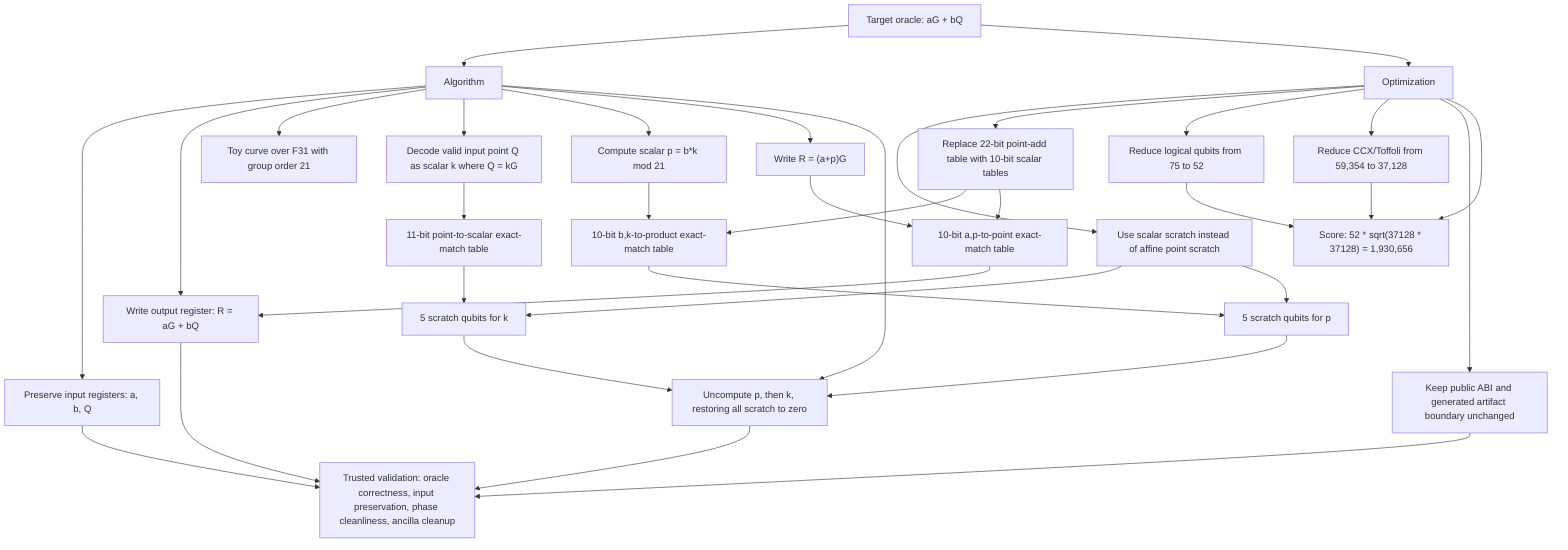
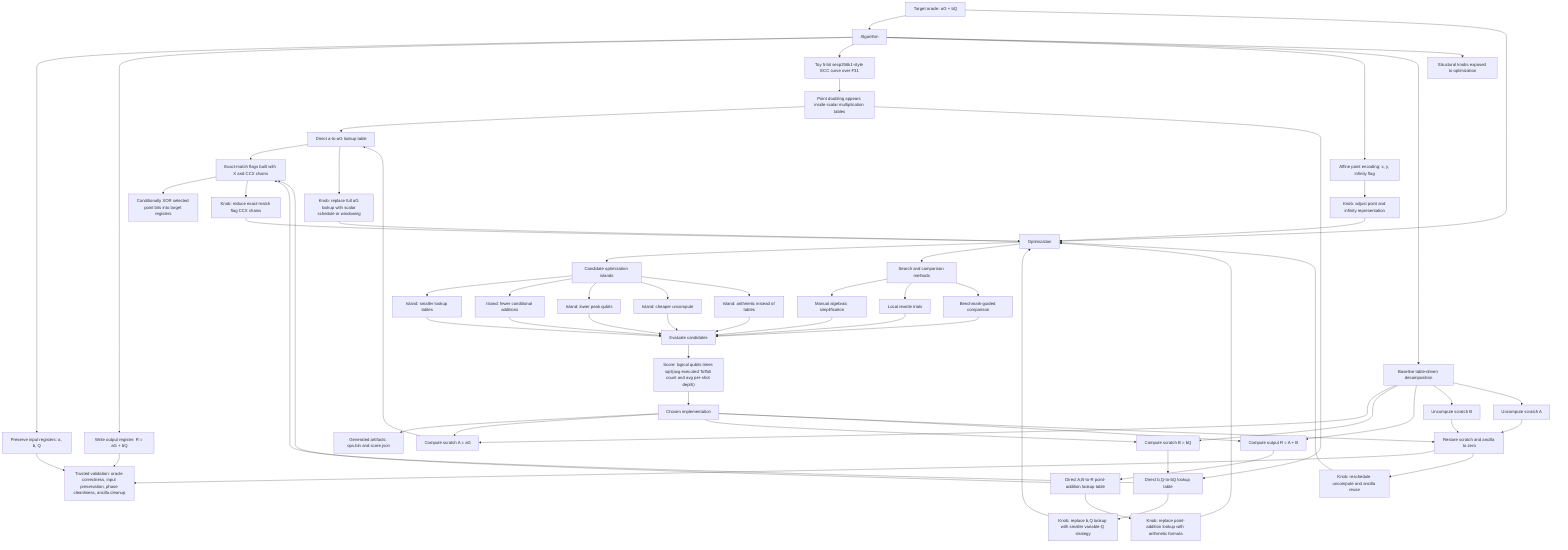
flowchart TD
  Target["Target oracle: aG + bQ"]
  Algorithm["Algorithm"]
  Optimization["Optimization"]

  Target --> Algorithm
  Target --> Optimization

  Algorithm --> ABI["Preserve input registers: a, b, Q"]
  Algorithm --> Output["Write output register: R = aG + bQ"]
-   Algorithm --> Curve["Toy curve over F31 with group order 21"]
-   Algorithm --> DecodeQ["Decode valid input point Q as scalar k where Q = kG"]
-   Algorithm --> Product["Compute scalar p = b*k mod 21"]
-   Algorithm --> Result["Write R = (a+p)G"]
-   Algorithm --> Uncompute["Uncompute p, then k, restoring all scratch to zero"]
+   Algorithm --> Curve["Toy 5-bit secp256k1-style ECC curve over F31"]
+   Algorithm --> Encoding["Affine point encoding: x, y, infinity flag"]

-   DecodeQ --> QTable["11-bit point-to-scalar exact-match table"]
-   Product --> ProductTable["10-bit b,k-to-product exact-match table"]
-   Result --> ResultTable["10-bit a,p-to-point exact-match table"]
-   QTable --> KScratch["5 scratch qubits for k"]
-   ProductTable --> PScratch["5 scratch qubits for p"]
-   ResultTable --> Output
-   KScratch --> Uncompute
-   PScratch --> Uncompute
-   Uncompute --> Validation["Trusted validation: oracle correctness, input preservation, phase cleanliness, ancilla cleanup"]
-   ABI --> Validation
+   Algorithm --> Baseline["Baseline table-driven decomposition"]
+   Baseline --> AG["Compute scratch A = aG"]
+   Baseline --> BQ["Compute scratch B = bQ"]
+   Baseline --> Add["Compute output R = A + B"]
+   Baseline --> UncomputeB["Uncompute scratch B"]
+   Baseline --> UncomputeA["Uncompute scratch A"]
+ 
+   AG --> AGTable["Direct a-to-aG lookup table"]
+   BQ --> BQTable["Direct b,Q-to-bQ lookup table"]
+   Add --> AddTable["Direct A,B-to-R point-addition lookup table"]
+   UncomputeB --> Cleanup["Restore scratch and ancilla to zero"]
+   UncomputeA --> Cleanup
+ 
+   AGTable --> MatchFlags["Exact-match flags built with X and CCX chains"]
+   BQTable --> MatchFlags
+   AddTable --> MatchFlags
+   MatchFlags --> PointXor["Conditionally XOR selected point bits into target registers"]
+ 
+   Curve --> PointDoubling["Point doubling appears inside scalar multiplication tables"]
+   PointDoubling --> AGTable
+   PointDoubling --> BQTable
+ 
+   ABI --> Validation["Trusted validation: oracle correctness, input preservation, phase cleanliness, ancilla cleanup"]
+   Cleanup --> Validation
  Output --> Validation

-   Optimization --> ScalarScratch["Use scalar scratch instead of affine point scratch"]
-   Optimization --> SmallerTables["Replace 22-bit point-add table with 10-bit scalar tables"]
-   Optimization --> FewerQubits["Reduce logical qubits from 75 to 52"]
-   Optimization --> FewerCCX["Reduce CCX/Toffoli from 59,354 to 37,128"]
-   Optimization --> SameABI["Keep public ABI and generated artifact boundary unchanged"]
-   Optimization --> Score["Score: 52 * sqrt(37128 * 37128) = 1,930,656"]
+   Algorithm --> Knobs["Structural knobs exposed to optimization"]
+   AGTable --> K1["Knob: replace full aG lookup with scalar schedule or windowing"]
+   BQTable --> K2["Knob: replace b,Q lookup with smaller variable-Q strategy"]
+   AddTable --> K3["Knob: replace point-addition lookup with arithmetic formula"]
+   MatchFlags --> K4["Knob: reduce exact-match flag CCX chains"]
+   Cleanup --> K5["Knob: reschedule uncompute and ancilla reuse"]
+   Encoding --> K6["Knob: adjust point and infinity representation"]

-   ScalarScratch --> KScratch
-   ScalarScratch --> PScratch
-   SmallerTables --> ProductTable
-   SmallerTables --> ResultTable
-   FewerQubits --> Score
-   FewerCCX --> Score
-   SameABI --> Validation
+   K1 --> Optimization
+   K2 --> Optimization
+   K3 --> Optimization
+   K4 --> Optimization
+   K5 --> Optimization
+   K6 --> Optimization
+ 
+   Optimization --> Islands["Candidate optimization islands"]
+   Islands --> I1["Island: smaller lookup tables"]
+   Islands --> I2["Island: fewer conditional additions"]
+   Islands --> I3["Island: lower peak qubits"]
+   Islands --> I4["Island: cheaper uncompute"]
+   Islands --> I5["Island: arithmetic instead of tables"]
+ 
+   Optimization --> Methods["Search and comparison methods"]
+   Methods --> M1["Manual algebraic simplification"]
+   Methods --> M2["Local rewrite trials"]
+   Methods --> M3["Benchmark-guided comparison"]
+ 
+   I1 --> Eval["Evaluate candidates"]
+   I2 --> Eval
+   I3 --> Eval
+   I4 --> Eval
+   I5 --> Eval
+   M1 --> Eval
+   M2 --> Eval
+   M3 --> Eval
+ 
+   Eval --> Score["Score: logical qubits times sqrt(avg executed Toffoli count and avg per-shot depth)"]
+   Score --> Choice["Chosen implementation"]
+   Choice --> Artifact["Generated artifacts: ops.bin and score.json"]
+   Choice --> AG
+   Choice --> BQ
+   Choice --> Add
+   Choice --> Cleanup
